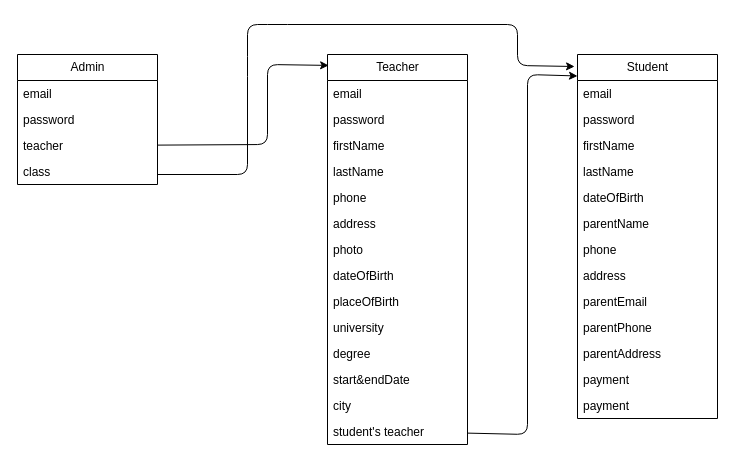
The draw.io diagram backend/models/z.table.dio in 1cam20000/Akademi, before the edit. Source tidied: cells renumbered, new cells numbered last; positions are measured from the earlier drawing's top-left corner, leaving out a move shared by most shapes. Both pictures are drawn from the tidied source at 100%, with x=0, y=0 at pixel (17, 24).
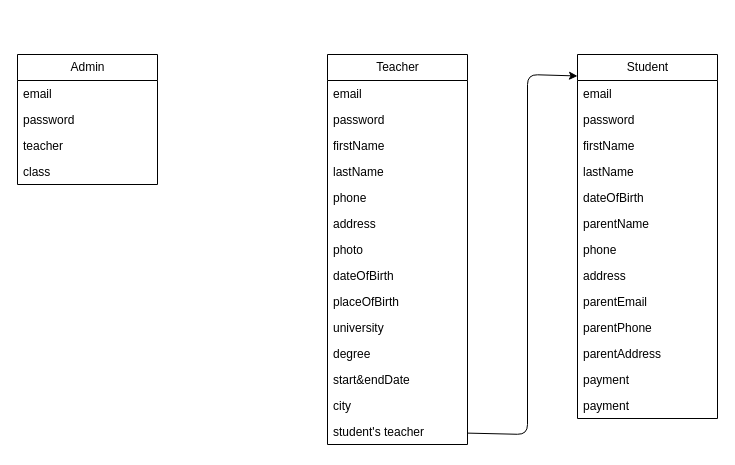
The same diagram, later.

Unchanged cells that the change refers to:
```xml
<mxCell id="5" value="teacher" style="text;strokeColor=none;fillColor=none;align=left;verticalAlign=top;spacingLeft=4;spacingRight=4;overflow=hidden;points=[[0,0.5],[1,0.5]];portConstraint=eastwest;whiteSpace=wrap;html=1;" parent="2" vertex="1">
  <mxGeometry y="78" width="140" height="26" as="geometry" />
</mxCell>
<mxCell id="7" value="Teacher" style="swimlane;fontStyle=0;horizontal=1;startSize=26;fillColor=none;html=1;" parent="1" vertex="1">
  <mxGeometry x="310" y="30" width="140" height="390" as="geometry" />
</mxCell>
<mxCell id="22" value="Student" style="swimlane;fontStyle=0;horizontal=1;startSize=26;fillColor=none;html=1;" parent="1" vertex="1">
  <mxGeometry x="560" y="30" width="140" height="364" as="geometry" />
</mxCell>
```

The edit, as a diff of the source:
```diff
@@
-    <mxCell id="36" style="edgeStyle=none;html=1;entryX=-0.021;entryY=0.033;entryDx=0;entryDy=0;entryPerimeter=0;" parent="1" edge="1" target="22">
-      <mxGeometry relative="1" as="geometry">
-        <mxPoint x="140" y="150" as="sourcePoint" />
-        <Array as="points">
-          <mxPoint x="230" y="150" />
-          <mxPoint x="230" y="42" />
-          <mxPoint x="230" />
-          <mxPoint x="260" />
-          <mxPoint x="500" />
-          <mxPoint x="500" y="41" />
-        </Array>
-      </mxGeometry>
-    </mxCell>
-    <mxCell id="37" style="edgeStyle=none;html=1;entryX=0.008;entryY=0.028;entryDx=0;entryDy=0;entryPerimeter=0;" parent="1" edge="1" source="5" target="7">
-      <mxGeometry relative="1" as="geometry">
-        <Array as="points">
-          <mxPoint x="250" y="120" />
-          <mxPoint x="250" y="40" />
-        </Array>
-      </mxGeometry>
-    </mxCell>
```
